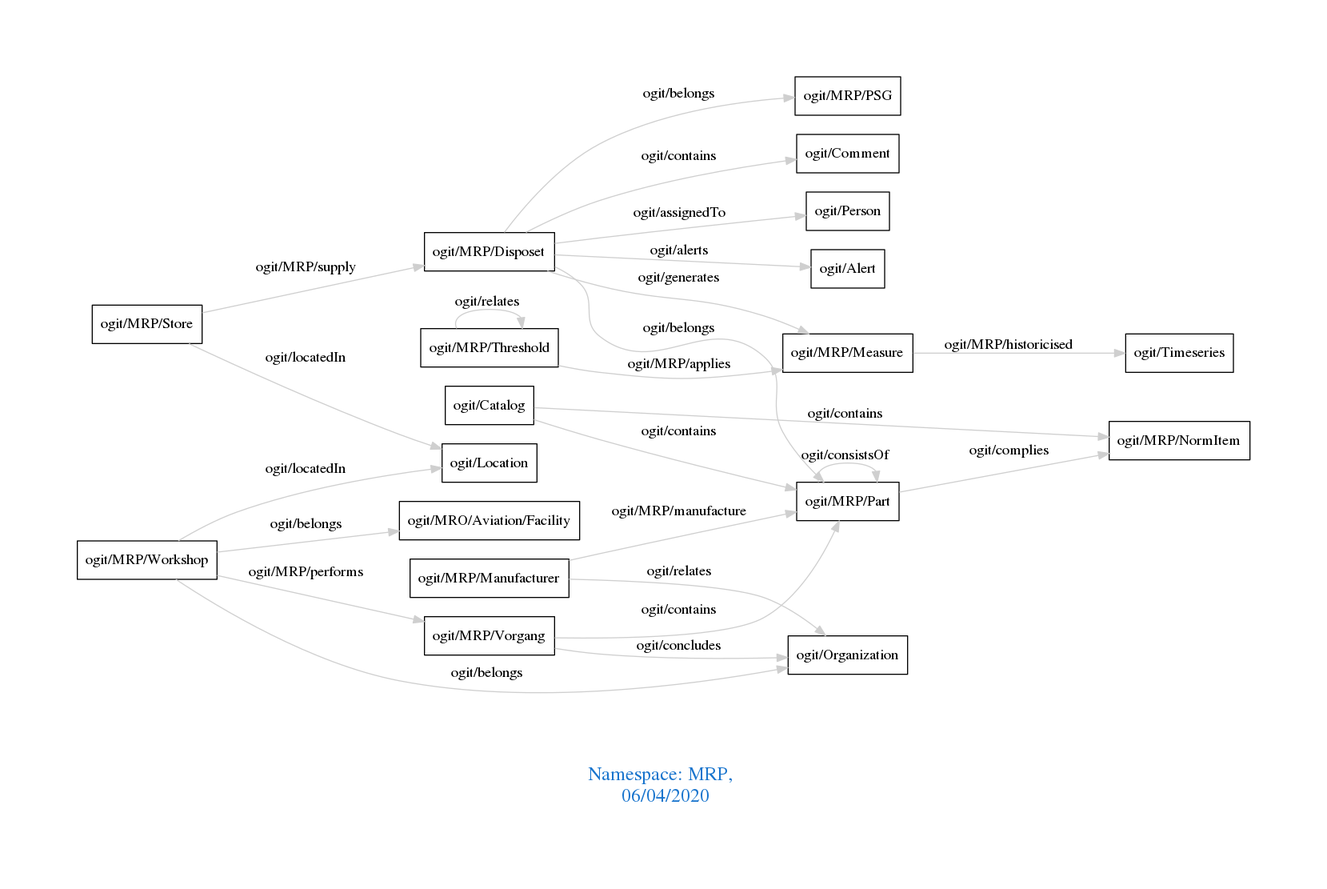
arago/OGIT keeps this Graphviz diagram as downloads/MRP.png. Above is the earlier version. Its source is kept beside it as downloads/MRP.dot.
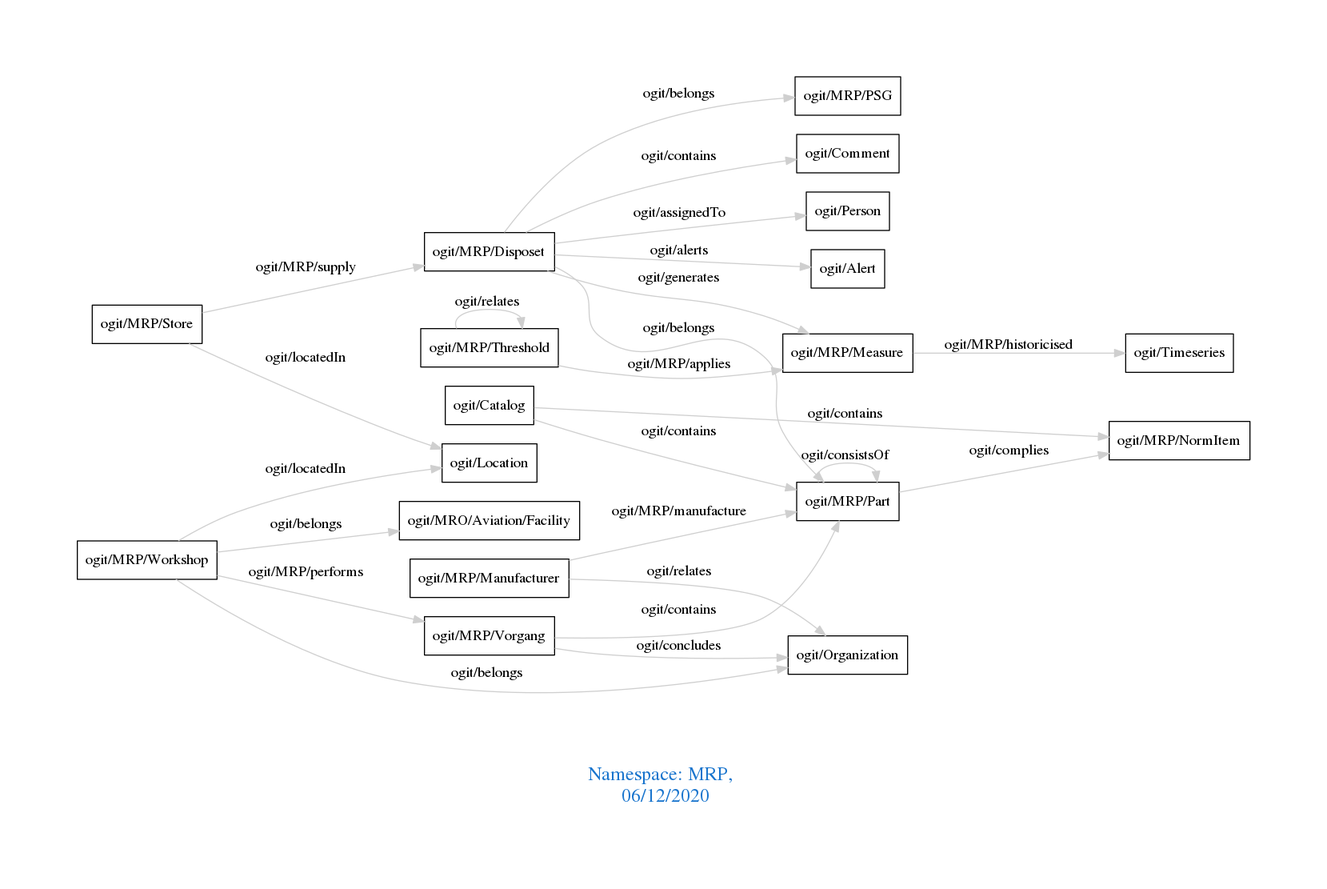
After the commit.

What changed in the source:
```diff
@@ -1,7 +1,7 @@
 digraph OGIT_ontology {
  graph [ rankdir= LR,pad=1
 fontsize = 18,
-fontcolor= dodgerblue3,label = "\n\n\nNamespace: MRP, \n 06/04/2020"];
+fontcolor= dodgerblue3,label = "\n\n\nNamespace: MRP, \n 06/12/2020"];
 node[shape=polygon];
 edge [  color="gray81"];
 
```
